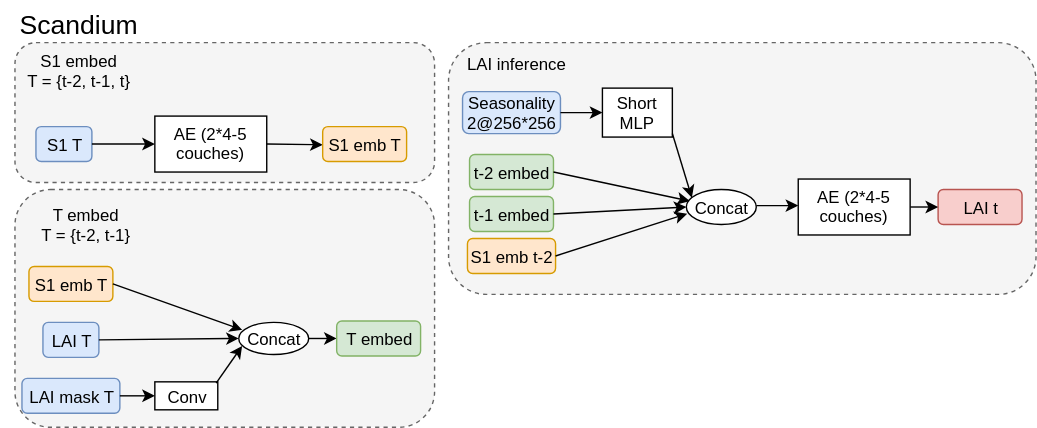
Above: assets/titanium_archi.svg in valentingol/LeafNothingBehind (draw.io), before the change. Source tidied: cells renumbered, new cells last; positions are measured from the earlier drawing's top-left corner, leaving out a move shared by most shapes.
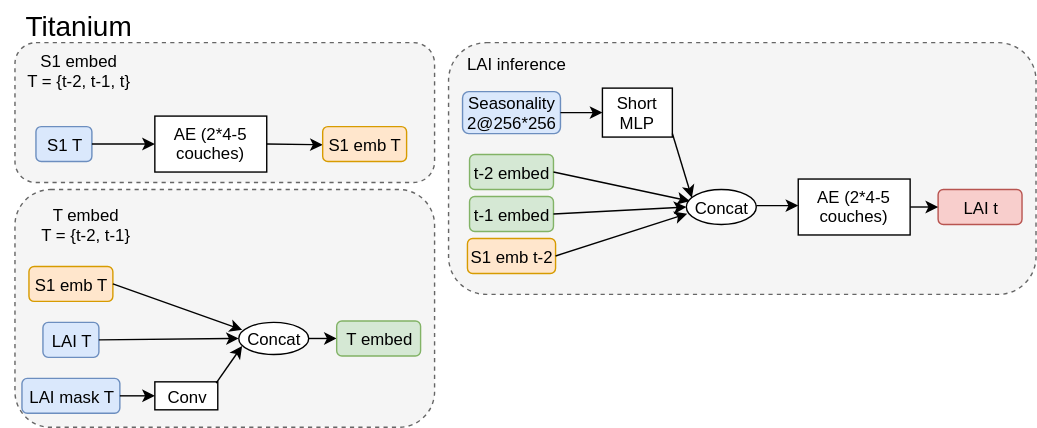
The same file after the commit.

Commit message:
:bento: Fix title

Change to the diagram source:
```diff
@@ -119,7 +119,7 @@
         <mxPoint x="650" y="147.5" as="sourcePoint" />
       </mxGeometry>
     </mxCell>
-    <mxCell id="38" value="&lt;font style=&quot;font-size: 19px&quot;&gt;Scandium&lt;/font&gt;" style="text;html=1;strokeColor=none;fillColor=none;align=center;verticalAlign=middle;whiteSpace=wrap;rounded=0;" parent="1" vertex="1">
+    <mxCell id="38" value="&lt;font style=&quot;font-size: 20px&quot;&gt;Titanium&lt;/font&gt;" style="text;html=1;strokeColor=none;fillColor=none;align=center;verticalAlign=middle;whiteSpace=wrap;rounded=0;" parent="1" vertex="1">
       <mxGeometry x="10" width="90" height="35" as="geometry" />
     </mxCell>
     <mxCell id="39" value="AE (2*4-5 couches)" style="rounded=0;whiteSpace=wrap;html=1;" parent="1" vertex="1">
```
